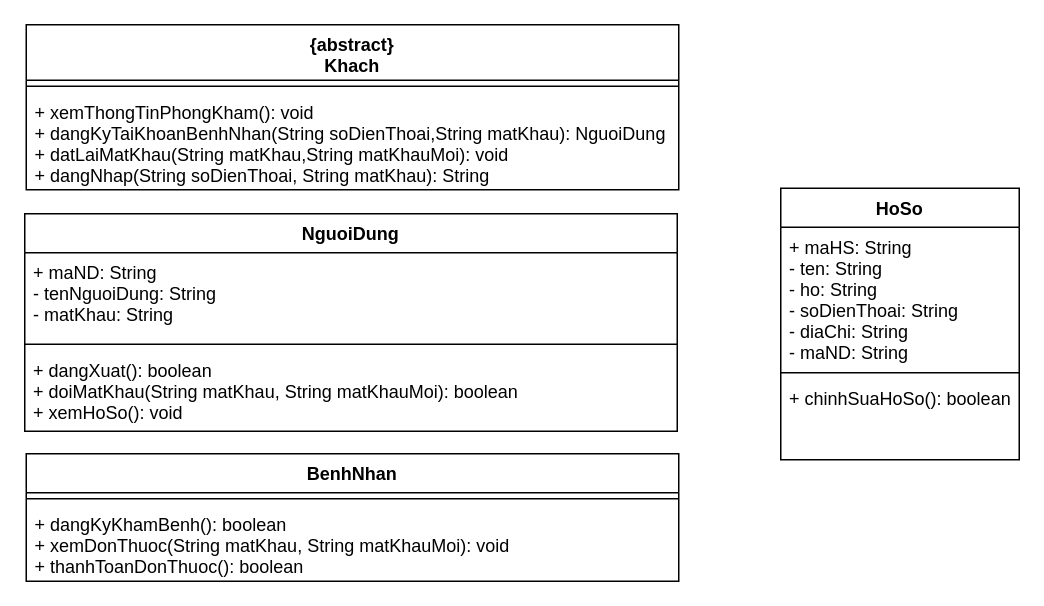
The draw.io diagram page "Class" (2 of 3) of designs/luc.drawio in luclegen/medicine16, before the edit. Source tidied: cells renumbered, new cells numbered last; positions are measured from the earlier drawing's top-left corner, leaving out a move shared by most shapes. Both pictures are drawn from the tidied source at 150%, with x=0, y=0 at pixel (24, 24).
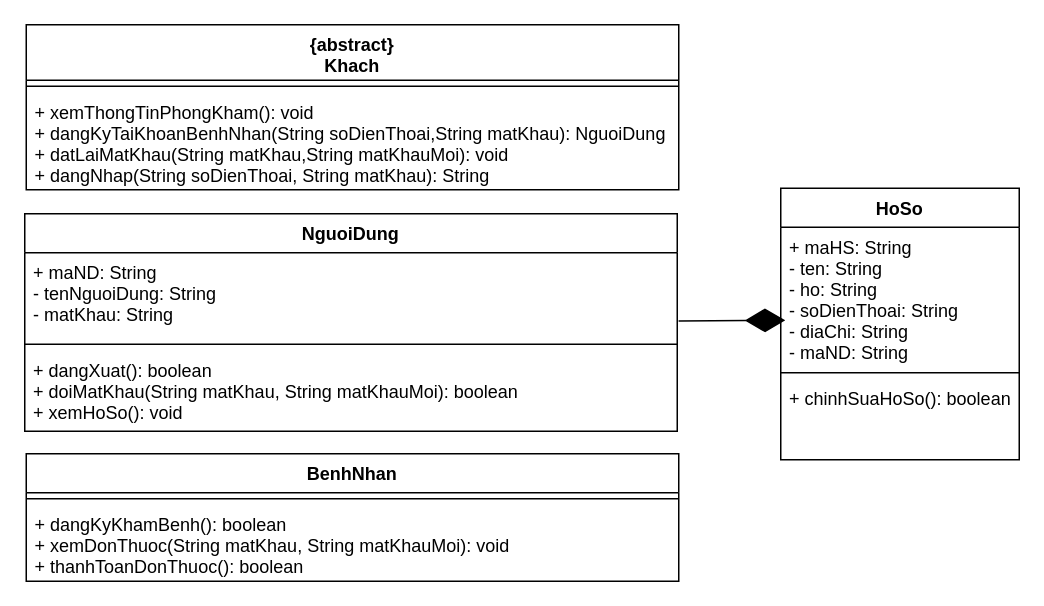
The same page after the edit.

Commit message:
Join NguoiDung with HoSo

Diff of the diagram source:
```diff
@@
 <mxGraphModel>
   <root>
     <mxCell id="0" />
     <mxCell id="1" parent="0" />
     <mxCell id="2" value="{abstract}&#10;Khach" style="swimlane;fontStyle=1;align=center;verticalAlign=top;horizontal=1;startSize=37;" parent="1" vertex="1">
       <mxGeometry x="1" width="435" height="110" as="geometry" />
     </mxCell>
     <mxCell id="3" style="line;strokeWidth=1;fillColor=none;align=left;verticalAlign=middle;spacingTop=-1;spacingLeft=3;spacingRight=3;labelPosition=right;" parent="2" vertex="1">
       <mxGeometry y="37" width="435" height="8" as="geometry" />
     </mxCell>
     <mxCell id="4" value="+ xemThongTinPhongKham(): void&#10;+ dangKyTaiKhoanBenhNhan(String soDienThoai,String matKhau): NguoiDung&#10;+ datLaiMatKhau(String matKhau,String matKhauMoi): void&#10;+ dangNhap(String soDienThoai, String matKhau): String" style="text;strokeColor=none;fillColor=none;align=left;verticalAlign=top;spacingLeft=4;spacingRight=4;overflow=hidden;" parent="2" vertex="1">
       <mxGeometry y="45" width="435" height="65" as="geometry" />
     </mxCell>
     <mxCell id="5" value="BenhNhan" style="swimlane;fontStyle=1;align=center;verticalAlign=top;horizontal=1;startSize=26;" parent="1" vertex="1">
       <mxGeometry x="1" y="286" width="435" height="85" as="geometry" />
     </mxCell>
     <mxCell id="6" style="line;strokeWidth=1;fillColor=none;align=left;verticalAlign=middle;spacingTop=-1;spacingLeft=3;spacingRight=3;labelPosition=right;" parent="5" vertex="1">
       <mxGeometry y="26" width="435" height="8" as="geometry" />
     </mxCell>
     <mxCell id="7" value="+ dangKyKhamBenh(): boolean&#10;+ xemDonThuoc(String matKhau, String matKhauMoi): void&#10;+ thanhToanDonThuoc(): boolean" style="text;strokeColor=none;fillColor=none;align=left;verticalAlign=top;spacingLeft=4;spacingRight=4;overflow=hidden;" parent="5" vertex="1">
       <mxGeometry y="34" width="435" height="51" as="geometry" />
     </mxCell>
     <mxCell id="8" value="NguoiDung" style="swimlane;fontStyle=1;align=center;verticalAlign=top;horizontal=1;startSize=26;" parent="1" vertex="1">
       <mxGeometry y="126" width="435" height="145" as="geometry" />
     </mxCell>
     <mxCell id="9" value="+ maND: String&#10;- tenNguoiDung: String&#10;- matKhau: String" style="text;strokeColor=none;fillColor=none;align=left;verticalAlign=top;spacingLeft=4;spacingRight=4;overflow=hidden;" parent="8" vertex="1">
       <mxGeometry y="26" width="435" height="57" as="geometry" />
     </mxCell>
     <mxCell id="10" style="line;strokeWidth=1;fillColor=none;align=left;verticalAlign=middle;spacingTop=-1;spacingLeft=3;spacingRight=3;labelPosition=right;" parent="8" vertex="1">
       <mxGeometry y="83" width="435" height="8" as="geometry" />
     </mxCell>
     <mxCell id="11" value="+ dangXuat(): boolean&#10;+ doiMatKhau(String matKhau, String matKhauMoi): boolean&#10;+ xemHoSo(): void" style="text;strokeColor=none;fillColor=none;align=left;verticalAlign=top;spacingLeft=4;spacingRight=4;overflow=hidden;" parent="8" vertex="1">
       <mxGeometry y="91" width="435" height="54" as="geometry" />
     </mxCell>
     <mxCell id="12" value="HoSo" style="swimlane;fontStyle=1;align=center;verticalAlign=top;horizontal=1;startSize=26;" parent="1" vertex="1">
       <mxGeometry x="504" y="109" width="159" height="181" as="geometry" />
     </mxCell>
     <mxCell id="13" value="+ maHS: String&#10;- ten: String&#10;- ho: String&#10;- soDienThoai: String&#10;- diaChi: String&#10;- maND: String" style="text;strokeColor=none;fillColor=none;align=left;verticalAlign=top;spacingLeft=4;spacingRight=4;overflow=hidden;" parent="12" vertex="1">
       <mxGeometry y="26" width="159" height="93" as="geometry" />
     </mxCell>
     <mxCell id="14" style="line;strokeWidth=1;fillColor=none;align=left;verticalAlign=middle;spacingTop=-1;spacingLeft=3;spacingRight=3;labelPosition=right;" parent="12" vertex="1">
       <mxGeometry y="119" width="159" height="8" as="geometry" />
     </mxCell>
     <mxCell id="15" value="+ chinhSuaHoSo(): boolean&#10;" style="text;strokeColor=none;fillColor=none;align=left;verticalAlign=top;spacingLeft=4;spacingRight=4;overflow=hidden;" parent="12" vertex="1">
       <mxGeometry y="127" width="159" height="54" as="geometry" />
     </mxCell>
+    <mxCell id="16" style="endArrow=diamondThin;endFill=1;endSize=24;html=1;exitX=1.002;exitY=0.798;exitDx=0;exitDy=0;exitPerimeter=0;" parent="1" edge="1">
+      <mxGeometry relative="1" as="geometry">
+        <mxPoint x="435.9" y="197.5" as="sourcePoint" />
+        <mxPoint x="507" y="197" as="targetPoint" />
+      </mxGeometry>
+    </mxCell>
   </root>
 </mxGraphModel>
```
